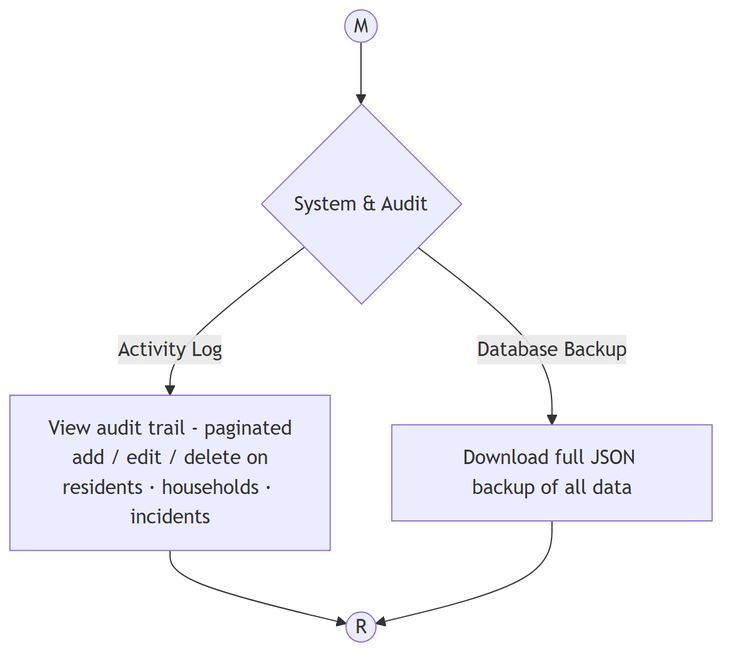
Earlier version of the Mermaid export diagrams/modules/system_audit.png (KellyEspera/protect). Its source is kept beside it as diagrams/modules/system_audit.mmd.
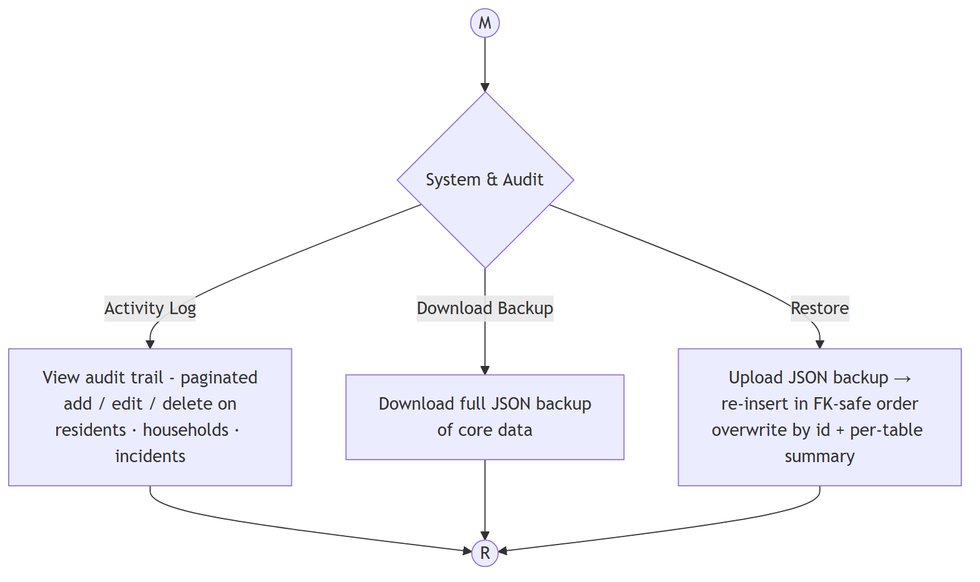
After the commit.

Commit message:
Diagrams: sync to current system (restore, dropped view, PDF outputs)

Change to the diagram source:
```diff
@@ -1,6 +1,8 @@
 flowchart TD
     M((M)) --> Tool{System &amp; Audit}
     Tool -- Activity Log --> Audit[View audit trail - paginated<br/>add / edit / delete on<br/>residents · households · incidents]
-    Tool -- Database Backup --> Backup[Download full JSON backup of all data]
+    Tool -- Download Backup --> Backup[Download full JSON backup<br/>of core data]
+    Tool -- Restore --> Restore[Upload JSON backup →<br/>re-insert in FK-safe order<br/>overwrite by id + per-table summary]
     Audit --> R((R))
     Backup --> R((R))
+    Restore --> R((R))
```
